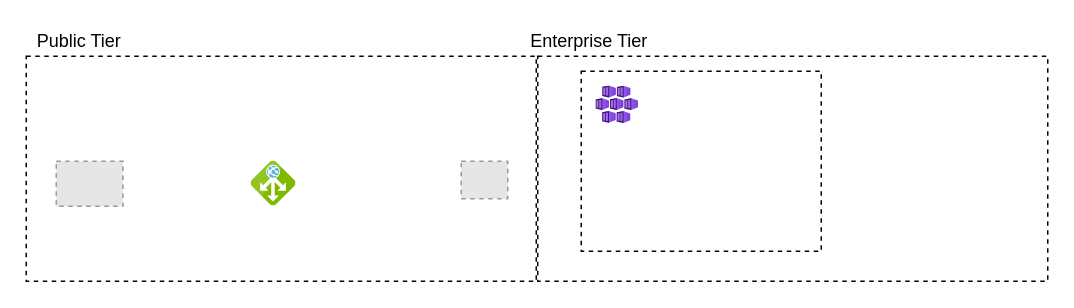
namtazpro/az-app-inno-p keeps this draw.io diagram as docs/integration/Websocket_pattern.drawio. Above is the earlier version. Source tidied: cells renumbered, new cells numbered last; positions are measured from the earlier drawing's top-left corner, leaving out a move shared by most shapes. Both pictures are drawn from the tidied source at 150%, with x=0, y=0 at pixel (26, 26). Pictures stored in the file or linked from it are replaced by grey dashed boxes.
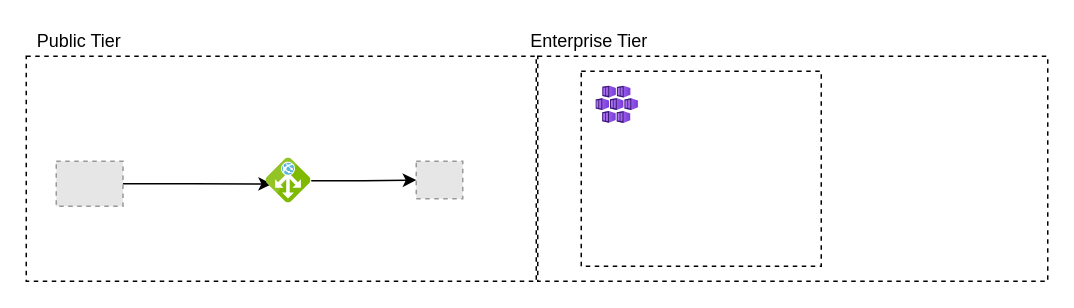
The same page after the edit.

What changed in the source:
```diff
@@
 <mxGraphModel>
   <root>
     <mxCell id="0" />
     <mxCell id="1" parent="0" />
+    <mxCell id="3" style="whiteSpace=wrap;html=1;fillColor=none;dashed=1;" parent="1" vertex="1">
+      <mxGeometry x="341" y="20" width="340" height="150" as="geometry" />
+    </mxCell>
     <mxCell id="2" style="whiteSpace=wrap;html=1;dashed=1;fillColor=none;" parent="1" vertex="1">
-      <mxGeometry x="370" y="30" width="160" height="120" as="geometry" />
+      <mxGeometry x="370" y="30" width="160" height="130" as="geometry" />
     </mxCell>
-    <mxCell id="3" style="whiteSpace=wrap;html=1;fillColor=none;dashed=1;" parent="1" vertex="1">
-      <mxGeometry x="341" y="20" width="340" height="150" as="geometry" />
-    </mxCell>
     <mxCell id="4" style="whiteSpace=wrap;html=1;fillColor=none;dashed=1;" parent="1" vertex="1">
       <mxGeometry y="20" width="340" height="150" as="geometry" />
     </mxCell>
+    <mxCell id="11" style="edgeStyle=orthogonalEdgeStyle;rounded=0;jettySize=auto;html=1;entryX=0.125;entryY=0.572;entryDx=0;entryDy=0;entryPerimeter=0;" parent="1" edge="1" source="5" target="10">
+      <mxGeometry relative="1" as="geometry" />
+    </mxCell>
     <mxCell id="5" style="fillColor=#E6E6E6;strokeColor=#999999;dashed=1;verticalLabelPosition=bottom;labelBackgroundColor=#ffffff;verticalAlign=top;" parent="1" vertex="1">
       <mxGeometry x="20" y="90" width="44.5" height="30" as="geometry" />
     </mxCell>
     <mxCell id="6" style="fillColor=#E6E6E6;strokeColor=#999999;dashed=1;verticalLabelPosition=bottom;labelBackgroundColor=#ffffff;verticalAlign=top;" parent="1" vertex="1">
-      <mxGeometry x="290" y="90" width="31" height="25" as="geometry" />
+      <mxGeometry x="260" y="90" width="31" height="25" as="geometry" />
     </mxCell>
     <mxCell id="7" value="Public Tier" style="text;html=1;align=center;verticalAlign=middle;fillColor=none;strokeColor=none;rounded=0;dashed=1;" parent="1" vertex="1">
       <mxGeometry width="70" height="20" as="geometry" />
     </mxCell>
     <mxCell id="8" value="Enterprise Tier" style="text;html=1;align=center;verticalAlign=middle;fillColor=none;strokeColor=none;rounded=0;dashed=1;" parent="1" vertex="1">
       <mxGeometry x="330" width="90" height="20" as="geometry" />
     </mxCell>
     <mxCell id="9" style="html=1;align=center;image;fontSize=12;image=img/lib/azure2/containers/Kubernetes_Services.svg;dashed=1;fillColor=none;" parent="1" vertex="1">
       <mxGeometry x="380" y="40" width="28.3" height="25" as="geometry" />
     </mxCell>
+    <mxCell id="12" style="edgeStyle=orthogonalEdgeStyle;rounded=0;jettySize=auto;html=1;entryX=0;entryY=0.5;entryDx=0;entryDy=0;" parent="1" edge="1" source="10" target="6">
+      <mxGeometry relative="1" as="geometry" />
+    </mxCell>
     <mxCell id="10" style="html=1;points=[];align=center;image;fontSize=12;image=img/lib/mscae/Application_Gateway.svg;dashed=1;fillColor=none;" parent="1" vertex="1">
-      <mxGeometry x="150" y="90" width="30" height="30" as="geometry" />
+      <mxGeometry x="160" y="88" width="30" height="30" as="geometry" />
     </mxCell>
   </root>
 </mxGraphModel>
```
